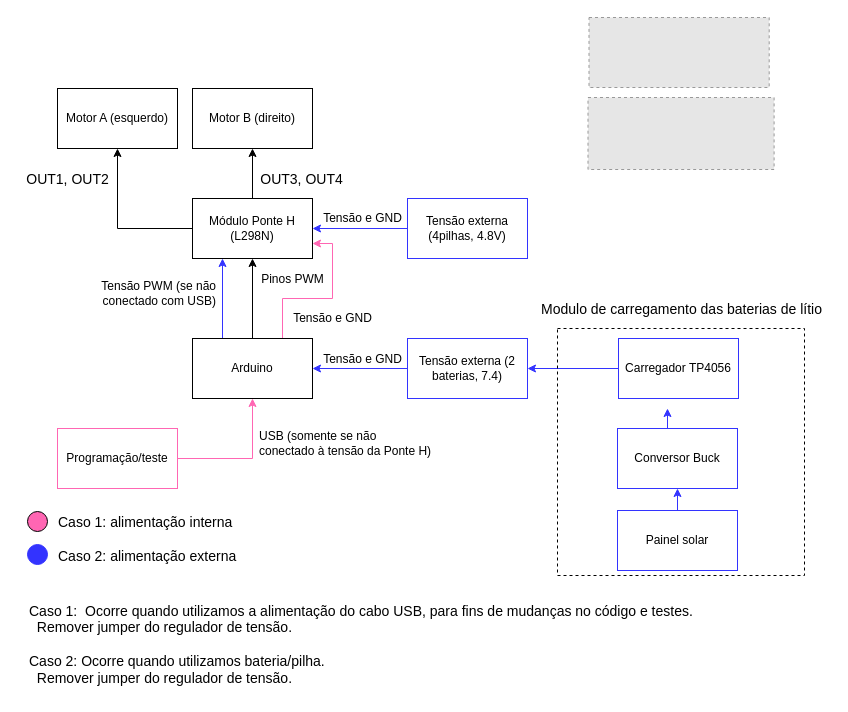
This is page "Conexão alimentação" (1 of 4) of docs/general_project_block_diagram.drawio from victoriafabris/robo-anticolisao-arduino-python, a draw.io file, before an edit. Source tidied: cells renumbered, new cells numbered last; positions are measured from the earlier drawing's top-left corner, leaving out a move shared by most shapes. Both pictures are drawn from the tidied source at 100%, with x=0, y=0 at pixel (17, 17). Pictures stored in the file or linked from it are replaced by grey dashed boxes.
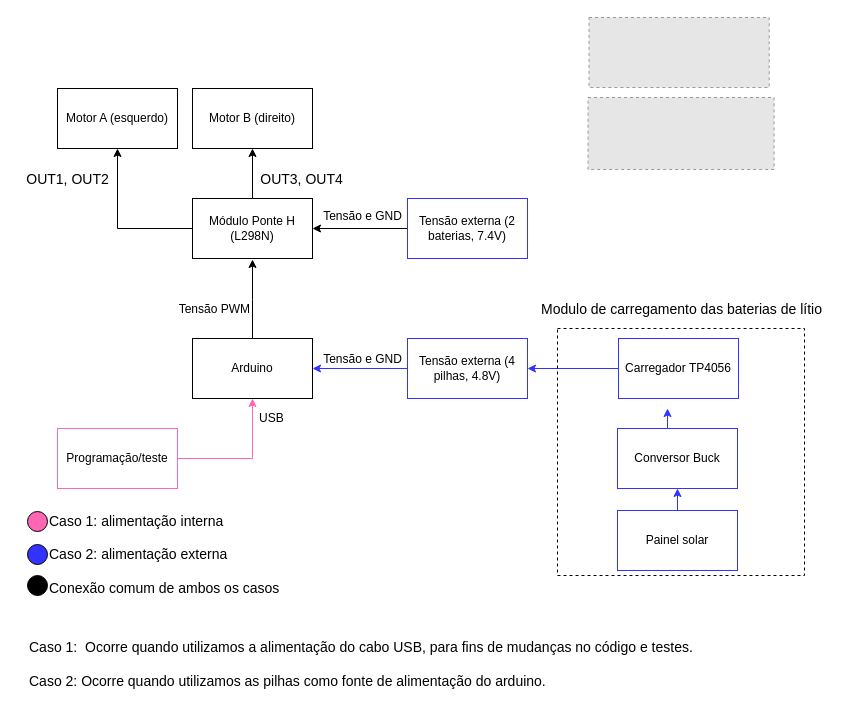
Above is the later version.

The change refers to these unchanged cells:
```xml
<mxCell id="5" value="Módulo Ponte H&lt;br&gt;(L298N)" style="rounded=0;whiteSpace=wrap;html=1;" parent="1" vertex="1">
  <mxGeometry x="175" y="181" width="120" height="60" as="geometry" />
</mxCell>
<mxCell id="10" value="Arduino" style="rounded=0;whiteSpace=wrap;html=1;" parent="1" vertex="1">
  <mxGeometry x="175" y="321" width="120" height="60" as="geometry" />
</mxCell>
```

Diff of the diagram source:
```diff
@@
-    <mxCell id="2" style="edgeStyle=orthogonalEdgeStyle;rounded=0;jettySize=auto;html=1;entryX=0.25;entryY=1;entryDx=0;entryDy=0;strokeColor=#3333FF;fillColor=#3333FF;exitX=0.25;exitY=0;exitDx=0;exitDy=0;" parent="1" edge="1" source="10" target="5">
-      <mxGeometry relative="1" as="geometry" />
+    <mxCell id="2" style="edgeStyle=orthogonalEdgeStyle;rounded=0;jettySize=auto;html=1;strokeColor=#000000;fillColor=#3333FF;exitX=0.5;exitY=0;exitDx=0;exitDy=0;" parent="1" edge="1" source="10">
+      <mxGeometry relative="1" as="geometry">
+        <mxPoint x="235" y="242" as="targetPoint" />
+      </mxGeometry>
     </mxCell>
@@
-    <mxCell id="8" style="edgeStyle=orthogonalEdgeStyle;rounded=0;jettySize=auto;html=1;exitX=0.5;exitY=0;exitDx=0;exitDy=0;entryX=0.5;entryY=1;entryDx=0;entryDy=0;" parent="1" edge="1" source="10" target="5">
-      <mxGeometry relative="1" as="geometry" />
-    </mxCell>
-    <mxCell id="9" style="edgeStyle=orthogonalEdgeStyle;rounded=0;jettySize=auto;html=1;exitX=0.75;exitY=0;exitDx=0;exitDy=0;entryX=1;entryY=0.75;entryDx=0;entryDy=0;fontFamily=Helvetica;fontSize=11;strokeColor=#FF66B3;fillColor=#000000;" parent="1" edge="1" source="10" target="5">
-      <mxGeometry relative="1" as="geometry" />
-    </mxCell>
@@
-    <mxCell id="11" style="edgeStyle=orthogonalEdgeStyle;rounded=0;jettySize=auto;html=1;exitX=0;exitY=0.5;exitDx=0;exitDy=0;entryX=1;entryY=0.5;entryDx=0;entryDy=0;strokeColor=#3333FF;" parent="1" edge="1" source="12" target="5">
+    <mxCell id="11" style="edgeStyle=orthogonalEdgeStyle;rounded=0;jettySize=auto;html=1;exitX=0;exitY=0.5;exitDx=0;exitDy=0;entryX=1;entryY=0.5;entryDx=0;entryDy=0;strokeColor=#000000;" parent="1" edge="1" source="12" target="5">
       <mxGeometry relative="1" as="geometry" />
     </mxCell>
-    <mxCell id="12" value="Tensão externa (4pilhas, 4.8V)" style="rounded=0;whiteSpace=wrap;html=1;strokeColor=#3333FF;" parent="1" vertex="1">
+    <mxCell id="12" value="Tensão externa (2 baterias, 7.4V)" style="rounded=0;whiteSpace=wrap;html=1;strokeColor=#3333FF;" parent="1" vertex="1">
       <mxGeometry x="390" y="181" width="120" height="60" as="geometry" />
     </mxCell>
     <mxCell id="13" value="Tensão e GND" style="text;html=1;align=center;verticalAlign=middle;strokeColor=none;fillColor=none;" parent="1" vertex="1">
-      <mxGeometry x="300" y="191" width="90" height="20" as="geometry" />
+      <mxGeometry x="300" y="189" width="90" height="20" as="geometry" />
     </mxCell>
@@
-    <mxCell id="15" value="Tensão PWM (se não &lt;br&gt;conectado com USB)" style="text;html=1;align=right;verticalAlign=middle;strokeColor=none;fillColor=none;" parent="1" vertex="1">
-      <mxGeometry x="70" y="261" width="130" height="30" as="geometry" />
+    <mxCell id="15" value="Tensão PWM" style="text;html=1;align=right;verticalAlign=middle;strokeColor=none;fillColor=none;" parent="1" vertex="1">
+      <mxGeometry x="144" y="282" width="90" height="20" as="geometry" />
     </mxCell>
@@
-    <mxCell id="18" value="USB (somente se não &lt;br&gt;conectado à tensão da Ponte H)" style="text;html=1;align=left;verticalAlign=middle;strokeColor=none;fillColor=none;" parent="1" vertex="1">
-      <mxGeometry x="240" y="411" width="190" height="30" as="geometry" />
+    <mxCell id="18" value="USB" style="text;html=1;align=left;verticalAlign=middle;strokeColor=none;fillColor=none;" parent="1" vertex="1">
+      <mxGeometry x="240" y="391" width="40" height="20" as="geometry" />
     </mxCell>
-    <mxCell id="19" value="&lt;font style=&quot;font-size: 14px&quot;&gt;Caso 1: alimentação interna&lt;br&gt;&lt;br&gt;Caso 2: alimentação externa&lt;/font&gt;" style="text;html=1;align=left;verticalAlign=middle;strokeColor=none;fillColor=none;" parent="1" vertex="1">
-      <mxGeometry x="39" y="497" width="190" height="50" as="geometry" />
+    <mxCell id="19" value="&lt;font style=&quot;font-size: 14px&quot;&gt;Caso 1: alimentação interna&lt;br&gt;&lt;br&gt;Caso 2: alimentação externa&lt;br&gt;&lt;br&gt;Conexão comum de ambos os casos&lt;br&gt;&lt;/font&gt;" style="text;html=1;align=left;verticalAlign=middle;strokeColor=none;fillColor=none;" parent="1" vertex="1">
+      <mxGeometry x="30" y="497" width="250" height="80" as="geometry" />
     </mxCell>
@@
-    <mxCell id="21" style="ellipse;whiteSpace=wrap;html=1;fontSize=14;fillColor=#3333FF;strokeColor=#3333FF;" parent="1" vertex="1">
+    <mxCell id="21" style="ellipse;whiteSpace=wrap;html=1;fontSize=14;fillColor=#3333FF;strokeColor=#000000;" parent="1" vertex="1">
       <mxGeometry x="10" y="527" width="20" height="20" as="geometry" />
     </mxCell>
-    <mxCell id="22" value="&lt;font style=&quot;font-size: 14px&quot;&gt;Caso 1: &lt;span style=&quot;white-space: pre&quot;&gt; &lt;/span&gt;Ocorre quando utilizamos a alimentação do cabo USB, para fins de mudanças no código e testes.&lt;br&gt;&lt;span style=&quot;white-space: pre&quot;&gt; &lt;/span&gt;&lt;span style=&quot;white-space: pre&quot;&gt; &lt;/span&gt;Remover jumper do regulador de tensão.&amp;nbsp;&lt;br&gt;&lt;br&gt;Caso 2:&lt;span style=&quot;white-space: pre&quot;&gt; &lt;/span&gt;Ocorre quando utilizamos bateria/pilha.&lt;br&gt;&lt;span style=&quot;white-space: pre&quot;&gt; &lt;/span&gt;&lt;span style=&quot;white-space: pre&quot;&gt; &lt;/span&gt;Remover jumper do regulador de tensão.&lt;br&gt;&lt;/font&gt;" style="text;html=1;align=left;verticalAlign=middle;strokeColor=none;fillColor=none;fontSize=14;" parent="1" vertex="1">
-      <mxGeometry x="10" y="582" width="690" height="90" as="geometry" />
+    <mxCell id="22" value="&lt;font style=&quot;font-size: 14px&quot;&gt;Caso 1: &lt;span style=&quot;white-space: pre&quot;&gt; &lt;/span&gt;Ocorre quando utilizamos a alimentação do cabo USB, para fins de mudanças no código e testes.&lt;br&gt;&lt;br&gt;Caso 2:&lt;span style=&quot;white-space: pre&quot;&gt; &lt;/span&gt;Ocorre quando utilizamos as pilhas como fonte de alimentação do arduino.&lt;br&gt;&lt;/font&gt;" style="text;html=1;align=left;verticalAlign=middle;strokeColor=none;fillColor=none;fontSize=14;" parent="1" vertex="1">
+      <mxGeometry x="10" y="617" width="680" height="60" as="geometry" />
     </mxCell>
@@
-    <mxCell id="25" value="&lt;font face=&quot;Helvetica&quot; style=&quot;font-size: 12px&quot;&gt;Pinos PWM&lt;/font&gt;" style="text;html=1;align=center;verticalAlign=middle;strokeColor=none;fillColor=none;fontSize=11;fontFamily=Garamond;" parent="1" vertex="1">
-      <mxGeometry x="235" y="252" width="80" height="20" as="geometry" />
-    </mxCell>
-    <mxCell id="26" value="&lt;font style=&quot;font-size: 12px&quot;&gt;Tensão e GND&lt;/font&gt;" style="text;html=1;align=center;verticalAlign=middle;strokeColor=none;fillColor=none;fontSize=11;fontFamily=Helvetica;" parent="1" vertex="1">
-      <mxGeometry x="270" y="291" width="90" height="20" as="geometry" />
-    </mxCell>
@@
-    <mxCell id="30" value="Tensão externa (2 baterias, 7.4)" style="rounded=0;whiteSpace=wrap;html=1;strokeColor=#3333FF;" parent="1" vertex="1">
+    <mxCell id="30" value="Tensão externa (4 pilhas, 4.8V)" style="rounded=0;whiteSpace=wrap;html=1;strokeColor=#3333FF;" parent="1" vertex="1">
       <mxGeometry x="390" y="321" width="120" height="60" as="geometry" />
     </mxCell>
@@
+    <mxCell id="39" style="ellipse;whiteSpace=wrap;html=1;fontSize=14;fillColor=#000000;strokeColor=#000000;" parent="1" vertex="1">
+      <mxGeometry x="10" y="558" width="20" height="20" as="geometry" />
+    </mxCell>
```
